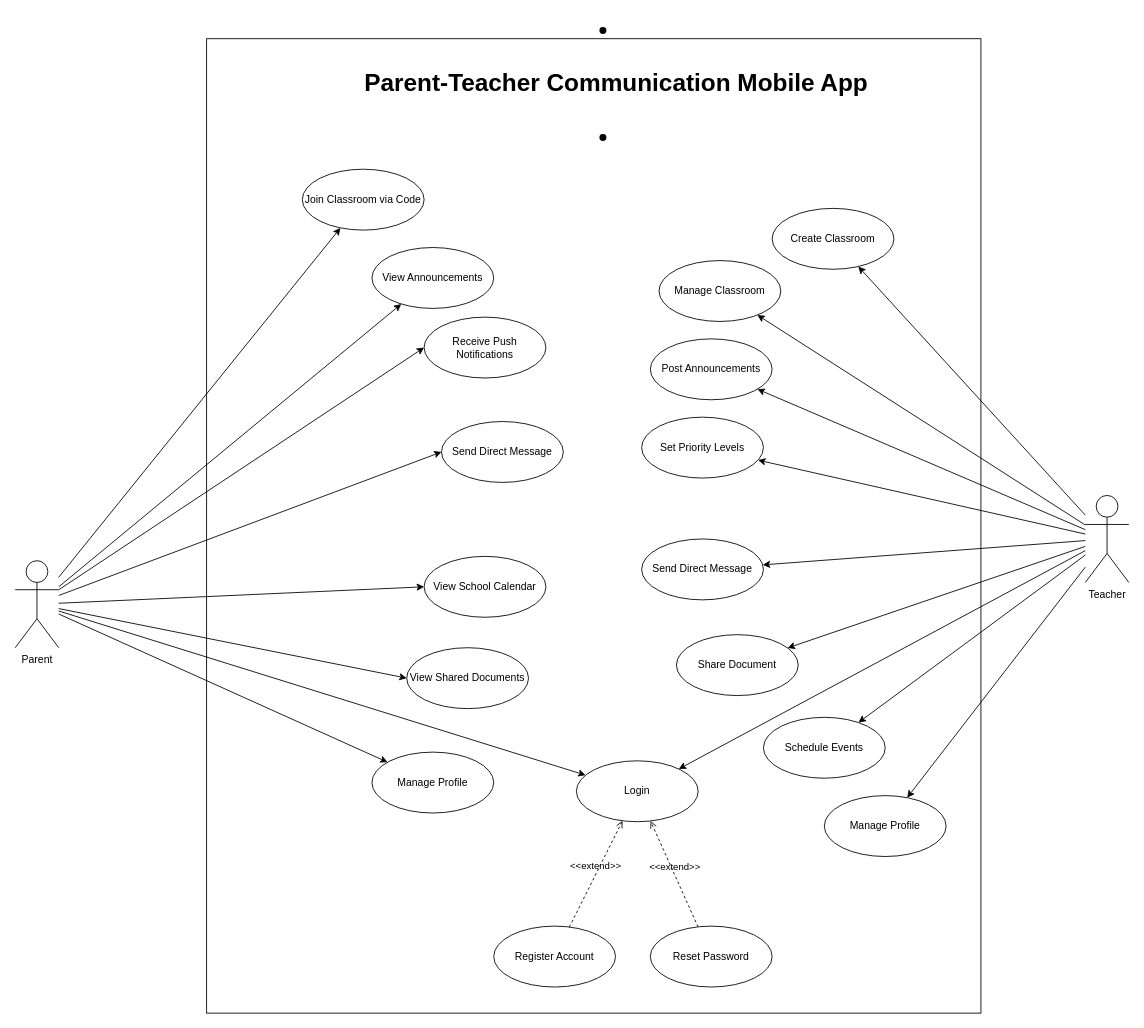
This is page "initial" (1 of 3) of use_case.drawio from jomariabejo/MO-IT200D1---Capstone-1, a draw.io file, before an edit. Source tidied: cells renumbered, new cells numbered last; positions are measured from the earlier drawing's top-left corner, leaving out a move shared by most shapes. Both pictures are drawn from the tidied source at 87%, with x=0, y=0 at pixel (15, 38).
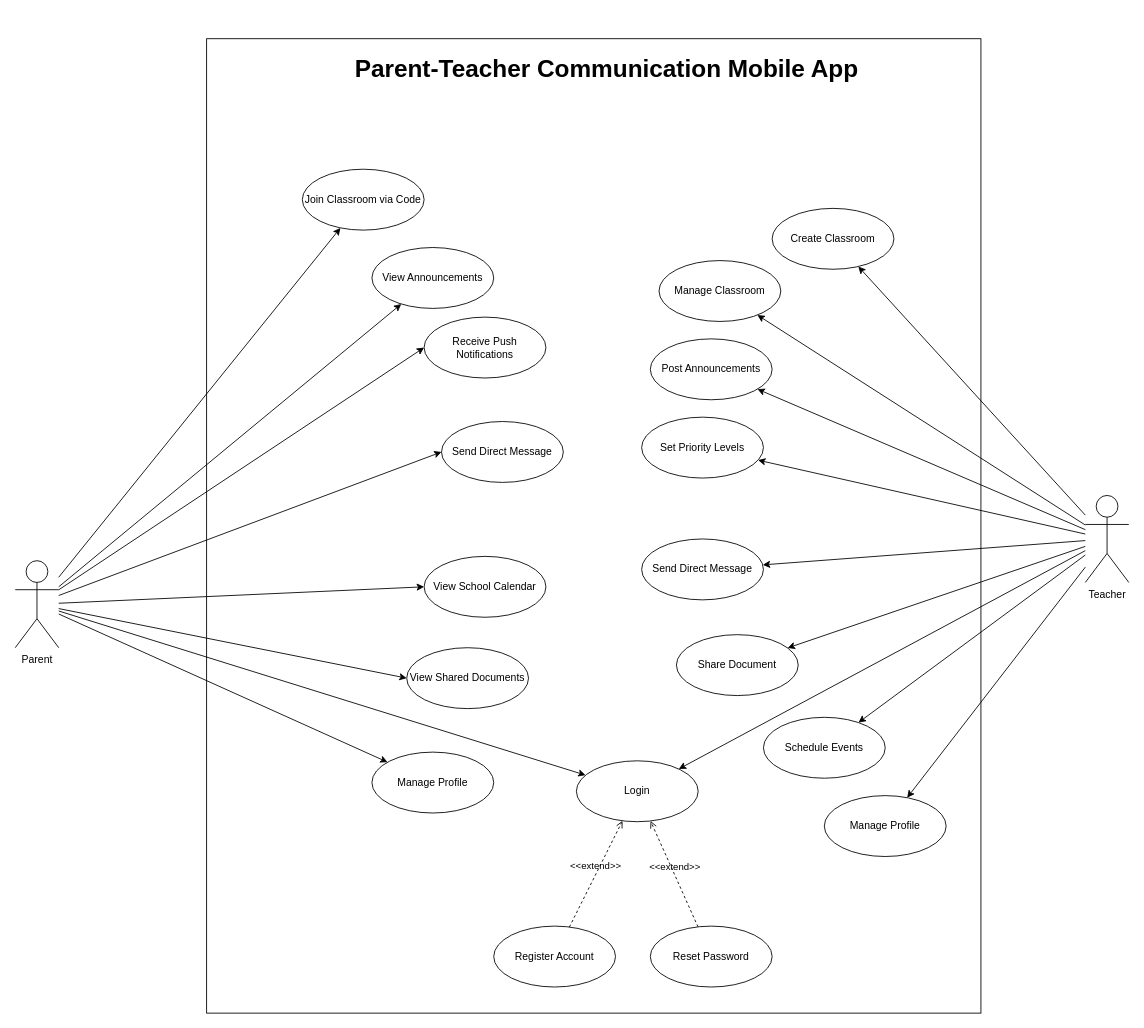
After the change.

What changed in the source:
```diff
@@
-    <mxCell id="3" value="&lt;li&gt;&lt;p&gt;&lt;strong style=&quot;background-color: transparent; color: light-dark(rgb(0, 0, 0), rgb(255, 255, 255));&quot;&gt;Parent-Teacher Communication Mobile App&lt;/strong&gt;&lt;/p&gt;&lt;/li&gt;&lt;li&gt;&lt;p&gt;&lt;/p&gt;&lt;/li&gt;" style="text;html=1;strokeColor=none;fillColor=none;align=center;verticalAlign=middle;whiteSpace=wrap;rounded=0;fontSize=28;" parent="1" vertex="1">
-      <mxGeometry x="332.5" y="50" width="716" height="30" as="geometry" />
+    <mxCell id="3" value="&lt;strong style=&quot;color: light-dark(rgb(0, 0, 0), rgb(255, 255, 255)); background-color: transparent;&quot;&gt;Parent-Teacher Communication Mobile App&lt;/strong&gt;" style="text;html=1;strokeColor=none;fillColor=none;align=center;verticalAlign=middle;whiteSpace=wrap;rounded=0;fontSize=28;" parent="1" vertex="1">
+      <mxGeometry x="270" y="20" width="820" height="30" as="geometry" />
     </mxCell>
```
